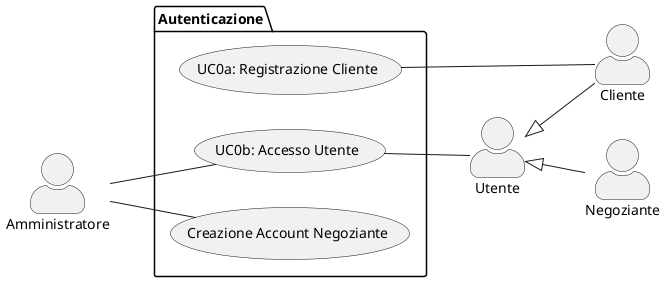
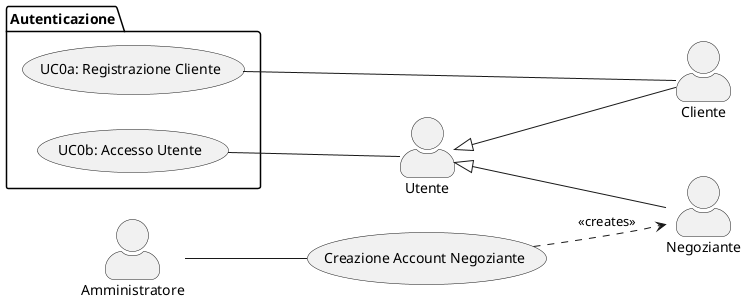
@startuml
left to right direction
skinparam actorStyle awesome

actor Utente
actor Cliente
actor Negoziante
actor Amministratore

Utente <|-- Cliente
Utente <|-- Negoziante

package "Autenticazione" {
  Cliente -- (UC0a: Registrazione Cliente)
  (UC0b: Accesso Utente) -- Utente
-   (UC0b: Accesso Utente) -- Amministratore
-   Amministratore -- (Creazione Account Negoziante)
}
- @enduml
+ 
+ Amministratore -- (Creazione Account Negoziante)
+ (Creazione Account Negoziante) ..> Negoziante : <<creates>>
+ @enduml